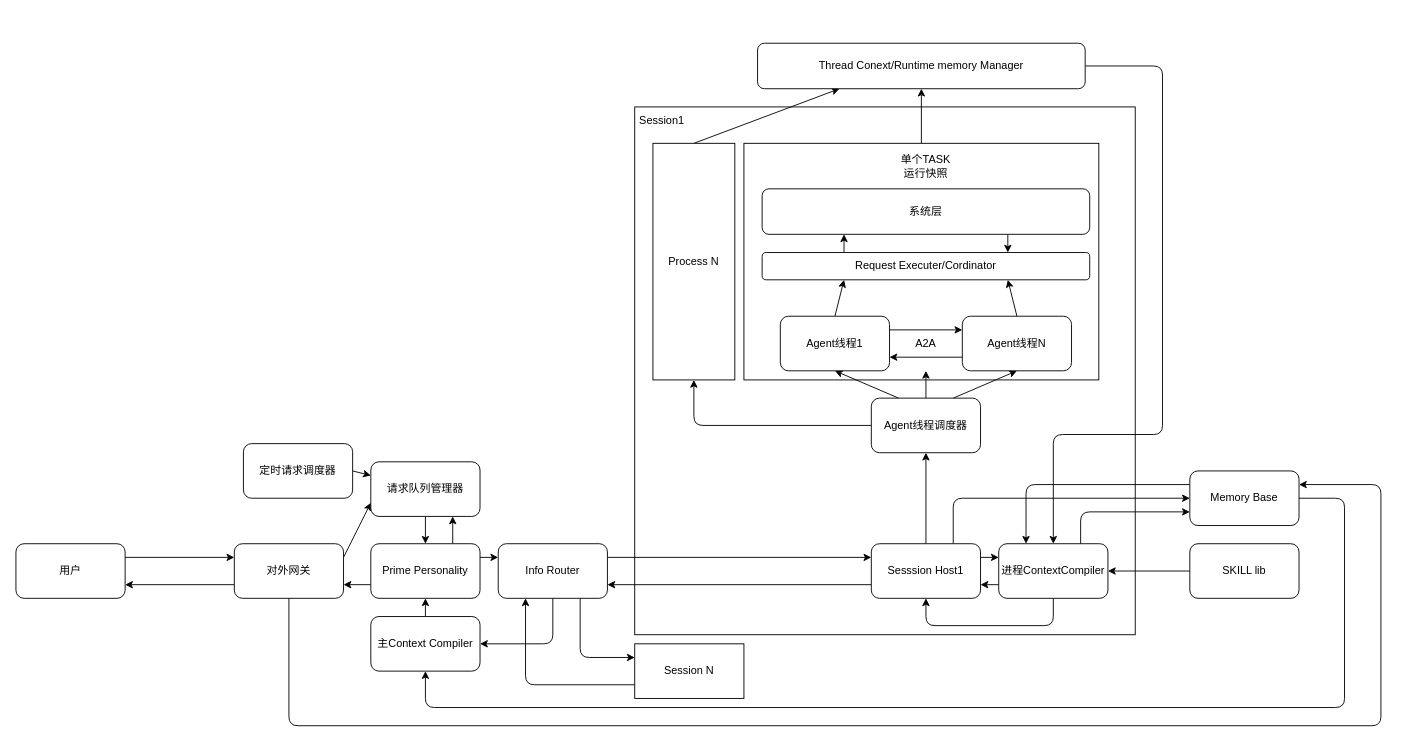
The draw.io diagram schema/schema.drawio in eziothean-git/proclaw-agent-kernel, before the edit. Source tidied: cells renumbered, new cells numbered last; positions are measured from the earlier drawing's top-left corner, leaving out a move shared by most shapes. Both pictures are drawn from the tidied source at 91%, with x=0, y=0 at pixel (15, 43).
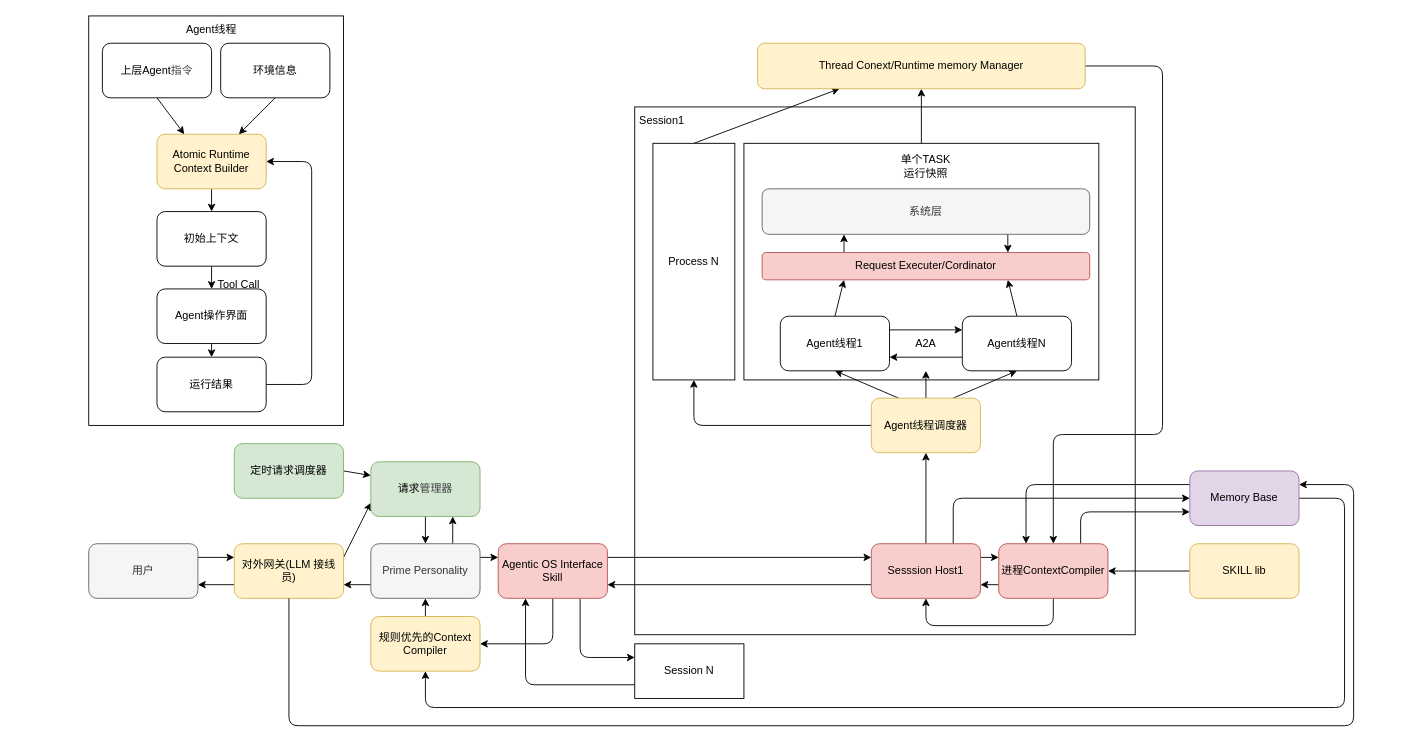
The same page after the edit.

Diff of the diagram source:
```diff
@@
+    <mxCell id="63" style="rounded=0;whiteSpace=wrap;html=1;" parent="1" vertex="1">
+      <mxGeometry x="80" y="-30" width="280" height="450" as="geometry" />
+    </mxCell>
@@
-    <mxCell id="6" value="用户" style="rounded=1;whiteSpace=wrap;html=1;" parent="1" vertex="1">
-      <mxGeometry y="550" width="120" height="60" as="geometry" />
+    <mxCell id="6" value="用户" style="rounded=1;whiteSpace=wrap;html=1;fillColor=#f5f5f5;fontColor=#333333;strokeColor=#666666;" parent="1" vertex="1">
+      <mxGeometry x="80" y="550" width="120" height="60" as="geometry" />
     </mxCell>
@@
-    <mxCell id="10" value="进程ContextCompiler" style="rounded=1;whiteSpace=wrap;html=1;" parent="1" vertex="1">
+    <mxCell id="10" value="进程ContextCompiler" style="rounded=1;whiteSpace=wrap;html=1;fillColor=#f8cecc;strokeColor=#b85450;" parent="1" vertex="1">
       <mxGeometry x="1080" y="550" width="120" height="60" as="geometry" />
     </mxCell>
@@
-    <mxCell id="13" value="Memory Base" style="rounded=1;whiteSpace=wrap;html=1;" parent="1" vertex="1">
+    <mxCell id="13" value="Memory Base" style="rounded=1;whiteSpace=wrap;html=1;fillColor=#e1d5e7;strokeColor=#9673a6;" parent="1" vertex="1">
       <mxGeometry x="1290" y="470" width="120" height="60" as="geometry" />
     </mxCell>
@@
-    <mxCell id="18" value="Sesssion Host1" style="rounded=1;whiteSpace=wrap;html=1;" parent="1" vertex="1">
+    <mxCell id="18" value="Sesssion Host1" style="rounded=1;whiteSpace=wrap;html=1;fillColor=#f8cecc;strokeColor=#b85450;" parent="1" vertex="1">
       <mxGeometry x="940" y="550" width="120" height="60" as="geometry" />
     </mxCell>
@@
-    <mxCell id="22" value="Info Router" style="rounded=1;whiteSpace=wrap;html=1;" parent="1" vertex="1">
+    <mxCell id="22" value="Agentic OS Interface Skill" style="rounded=1;whiteSpace=wrap;html=1;fillColor=#f8cecc;strokeColor=#b85450;" parent="1" vertex="1">
       <mxGeometry x="530" y="550" width="120" height="60" as="geometry" />
     </mxCell>
@@
-    <mxCell id="27" value="Agent线程调度器" style="rounded=1;whiteSpace=wrap;html=1;" parent="1" vertex="1">
+    <mxCell id="27" value="Agent线程调度器" style="rounded=1;whiteSpace=wrap;html=1;fillColor=#fff2cc;strokeColor=#d6b656;" parent="1" vertex="1">
       <mxGeometry x="940" y="390" width="120" height="60" as="geometry" />
     </mxCell>
@@
-    <mxCell id="35" value="Request Executer/Cordinator" style="rounded=1;whiteSpace=wrap;html=1;" parent="1" vertex="1">
+    <mxCell id="35" value="Request Executer/Cordinator" style="rounded=1;whiteSpace=wrap;html=1;fillColor=#f8cecc;strokeColor=#b85450;" parent="1" vertex="1">
       <mxGeometry x="820" y="230" width="360" height="30" as="geometry" />
     </mxCell>
@@
-    <mxCell id="37" value="SKILL lib" style="rounded=1;whiteSpace=wrap;html=1;" parent="1" vertex="1">
+    <mxCell id="37" value="SKILL lib" style="rounded=1;whiteSpace=wrap;html=1;fillColor=#fff2cc;strokeColor=#d6b656;" parent="1" vertex="1">
       <mxGeometry x="1290" y="550" width="120" height="60" as="geometry" />
     </mxCell>
@@
-    <mxCell id="39" value="系统层" style="rounded=1;whiteSpace=wrap;html=1;" parent="1" vertex="1">
+    <mxCell id="39" value="系统层" style="rounded=1;whiteSpace=wrap;html=1;fillColor=#f5f5f5;fontColor=#333333;strokeColor=#666666;" parent="1" vertex="1">
       <mxGeometry x="820" y="160" width="360" height="50" as="geometry" />
     </mxCell>
@@
-    <mxCell id="49" value="Prime Personality" style="rounded=1;whiteSpace=wrap;html=1;" parent="1" vertex="1">
+    <mxCell id="49" value="Prime Personality" style="rounded=1;whiteSpace=wrap;html=1;fillColor=#f5f5f5;fontColor=#333333;strokeColor=#666666;" parent="1" vertex="1">
       <mxGeometry x="390" y="550" width="120" height="60" as="geometry" />
     </mxCell>
@@
-    <mxCell id="51" value="主Context Compiler" style="rounded=1;whiteSpace=wrap;html=1;" parent="1" vertex="1">
+    <mxCell id="51" value="规则优先的Context Compiler" style="rounded=1;whiteSpace=wrap;html=1;fillColor=#fff2cc;strokeColor=#d6b656;" parent="1" vertex="1">
       <mxGeometry x="390" y="630" width="120" height="60" as="geometry" />
     </mxCell>
@@
-    <mxCell id="53" value="定时请求调度器" style="rounded=1;whiteSpace=wrap;html=1;" parent="1" vertex="1">
-      <mxGeometry x="250" y="440" width="120" height="60" as="geometry" />
+    <mxCell id="53" value="定时请求调度器" style="rounded=1;whiteSpace=wrap;html=1;fillColor=#d5e8d4;strokeColor=#82b366;" parent="1" vertex="1">
+      <mxGeometry x="240" y="440" width="120" height="60" as="geometry" />
     </mxCell>
@@
-    <mxCell id="55" value="Thread Conext/Runtime memory Manager" style="rounded=1;whiteSpace=wrap;html=1;" parent="1" vertex="1">
+    <mxCell id="55" value="Thread Conext/Runtime memory Manager" style="rounded=1;whiteSpace=wrap;html=1;fillColor=#fff2cc;strokeColor=#d6b656;" parent="1" vertex="1">
       <mxGeometry x="815" width="360" height="50" as="geometry" />
     </mxCell>
@@
-    <mxCell id="58" value="对外网关" style="rounded=1;whiteSpace=wrap;html=1;" parent="1" vertex="1">
+    <mxCell id="58" value="对外网关(LLM 接线员)" style="rounded=1;whiteSpace=wrap;html=1;fillColor=#fff2cc;strokeColor=#d6b656;" parent="1" vertex="1">
       <mxGeometry x="240" y="550" width="120" height="60" as="geometry" />
     </mxCell>
     <mxCell id="59" style="edgeStyle=none;html=1;exitX=0.5;exitY=1;exitDx=0;exitDy=0;entryX=1;entryY=0.25;entryDx=0;entryDy=0;" parent="1" edge="1" source="58" target="13">
       <mxGeometry relative="1" as="geometry">
         <Array as="points">
           <mxPoint x="300" y="750" />
-          <mxPoint x="1500" y="750" />
-          <mxPoint x="1500" y="485" />
+          <mxPoint x="1470" y="750" />
+          <mxPoint x="1470" y="485" />
         </Array>
       </mxGeometry>
     </mxCell>
@@
-    <mxCell id="62" value="请求队列管理器" style="rounded=1;whiteSpace=wrap;html=1;" parent="1" vertex="1">
+    <mxCell id="62" value="请求&lt;span style=&quot;background-color: transparent; color: rgb(63, 63, 63);&quot;&gt;管理器&lt;/span&gt;" style="rounded=1;whiteSpace=wrap;html=1;fillColor=#d5e8d4;strokeColor=#82b366;" parent="1" vertex="1">
       <mxGeometry x="390" y="460" width="120" height="60" as="geometry" />
     </mxCell>
+    <mxCell id="64" style="edgeStyle=none;html=1;exitX=0.5;exitY=1;exitDx=0;exitDy=0;" parent="1" edge="1" source="65" target="73">
+      <mxGeometry relative="1" as="geometry" />
+    </mxCell>
+    <mxCell id="65" value="初始上下文" style="rounded=1;whiteSpace=wrap;html=1;" parent="1" vertex="1">
+      <mxGeometry x="155" y="185" width="120" height="60" as="geometry" />
+    </mxCell>
+    <mxCell id="66" style="edgeStyle=none;html=1;exitX=0.5;exitY=1;exitDx=0;exitDy=0;entryX=0.5;entryY=0;entryDx=0;entryDy=0;" parent="1" edge="1" source="67" target="65">
+      <mxGeometry relative="1" as="geometry" />
+    </mxCell>
+    <mxCell id="67" value="Atomic Runtime Context Builder" style="rounded=1;whiteSpace=wrap;html=1;fillColor=#fff2cc;strokeColor=#d6b656;" parent="1" vertex="1">
+      <mxGeometry x="155" y="100" width="120" height="60" as="geometry" />
+    </mxCell>
+    <mxCell id="68" style="edgeStyle=none;html=1;exitX=0.5;exitY=1;exitDx=0;exitDy=0;entryX=0.25;entryY=0;entryDx=0;entryDy=0;" parent="1" edge="1" source="69" target="67">
+      <mxGeometry relative="1" as="geometry" />
+    </mxCell>
+    <mxCell id="69" value="上层Agent&lt;span style=&quot;color: rgb(63, 63, 63); background-color: transparent;&quot;&gt;指令&lt;/span&gt;" style="rounded=1;whiteSpace=wrap;html=1;" parent="1" vertex="1">
+      <mxGeometry x="95" width="120" height="60" as="geometry" />
+    </mxCell>
+    <mxCell id="70" style="edgeStyle=none;html=1;exitX=0.5;exitY=1;exitDx=0;exitDy=0;entryX=0.75;entryY=0;entryDx=0;entryDy=0;" parent="1" edge="1" source="71" target="67">
+      <mxGeometry relative="1" as="geometry" />
+    </mxCell>
+    <mxCell id="71" value="环境信息" style="rounded=1;whiteSpace=wrap;html=1;" parent="1" vertex="1">
+      <mxGeometry x="225" width="120" height="60" as="geometry" />
+    </mxCell>
+    <mxCell id="72" style="edgeStyle=none;html=1;exitX=0.5;exitY=1;exitDx=0;exitDy=0;entryX=0.5;entryY=0;entryDx=0;entryDy=0;" parent="1" edge="1" source="73" target="76">
+      <mxGeometry relative="1" as="geometry" />
+    </mxCell>
+    <mxCell id="73" value="Agent操作界面" style="rounded=1;whiteSpace=wrap;html=1;" parent="1" vertex="1">
+      <mxGeometry x="155" y="270" width="120" height="60" as="geometry" />
+    </mxCell>
+    <mxCell id="74" value="Tool Call" style="text;html=1;align=center;verticalAlign=middle;whiteSpace=wrap;rounded=0;" parent="1" vertex="1">
+      <mxGeometry x="215" y="250" width="60" height="30" as="geometry" />
+    </mxCell>
+    <mxCell id="75" style="edgeStyle=none;html=1;exitX=1;exitY=0.5;exitDx=0;exitDy=0;entryX=1;entryY=0.5;entryDx=0;entryDy=0;" parent="1" edge="1" source="76" target="67">
+      <mxGeometry relative="1" as="geometry">
+        <Array as="points">
+          <mxPoint x="325" y="375" />
+          <mxPoint x="325" y="130" />
+        </Array>
+      </mxGeometry>
+    </mxCell>
+    <mxCell id="76" value="运行结果" style="rounded=1;whiteSpace=wrap;html=1;" parent="1" vertex="1">
+      <mxGeometry x="155" y="345" width="120" height="60" as="geometry" />
+    </mxCell>
+    <mxCell id="77" value="Agent线程" style="text;html=1;align=center;verticalAlign=middle;whiteSpace=wrap;rounded=0;" parent="1" vertex="1">
+      <mxGeometry x="185" y="-30" width="60" height="30" as="geometry" />
+    </mxCell>
```
